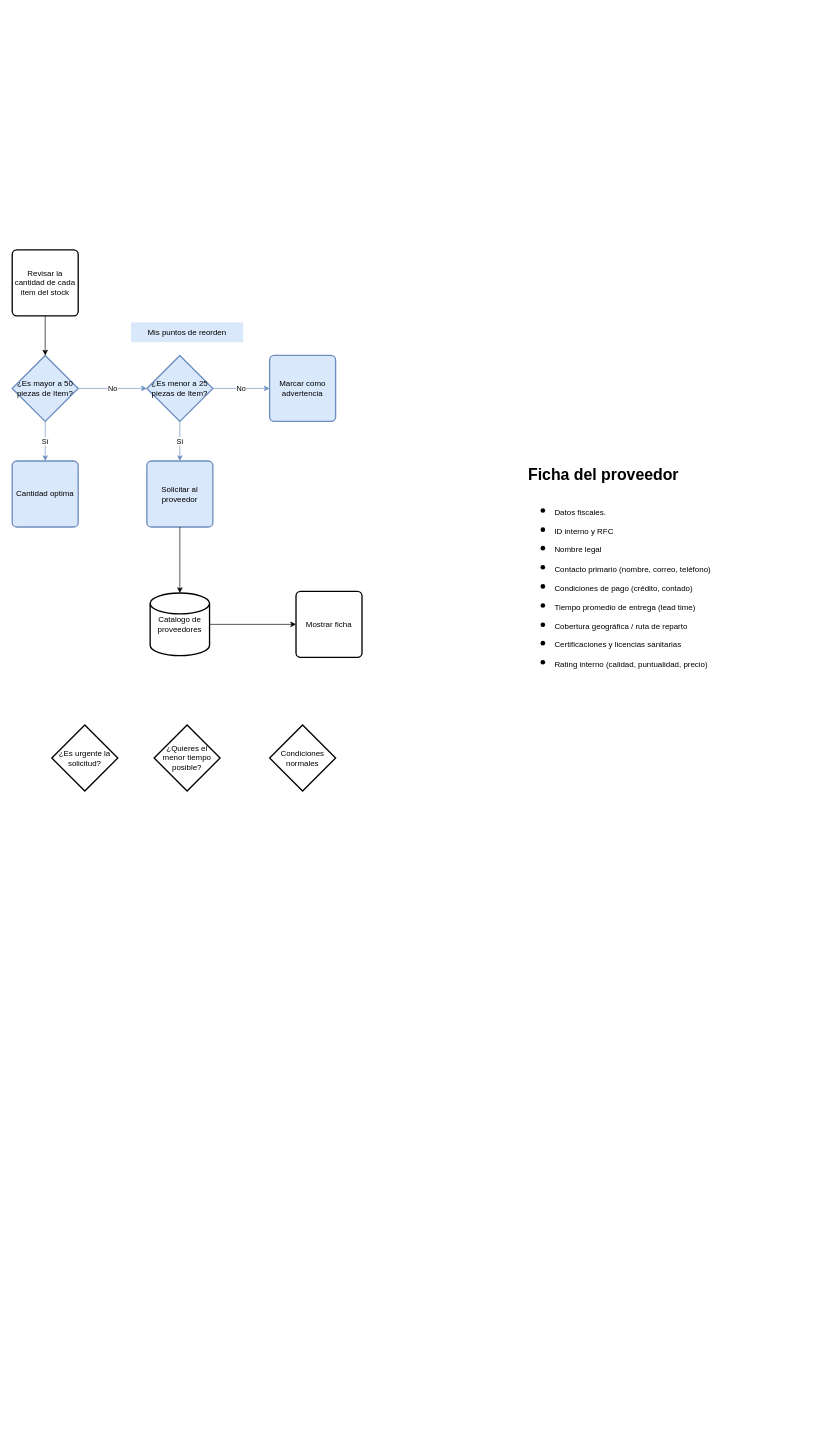
said-tj/Diagramas_de_flujo keeps this draw.io diagram as Módulo_Proceso_7.drawio. Above is the earlier version. Source tidied: cells renumbered, new cells numbered last; positions are measured from the earlier drawing's top-left corner, leaving out a move shared by most shapes. Both pictures are drawn from the tidied source at 66%, with x=0, y=0 at pixel (12, 249).
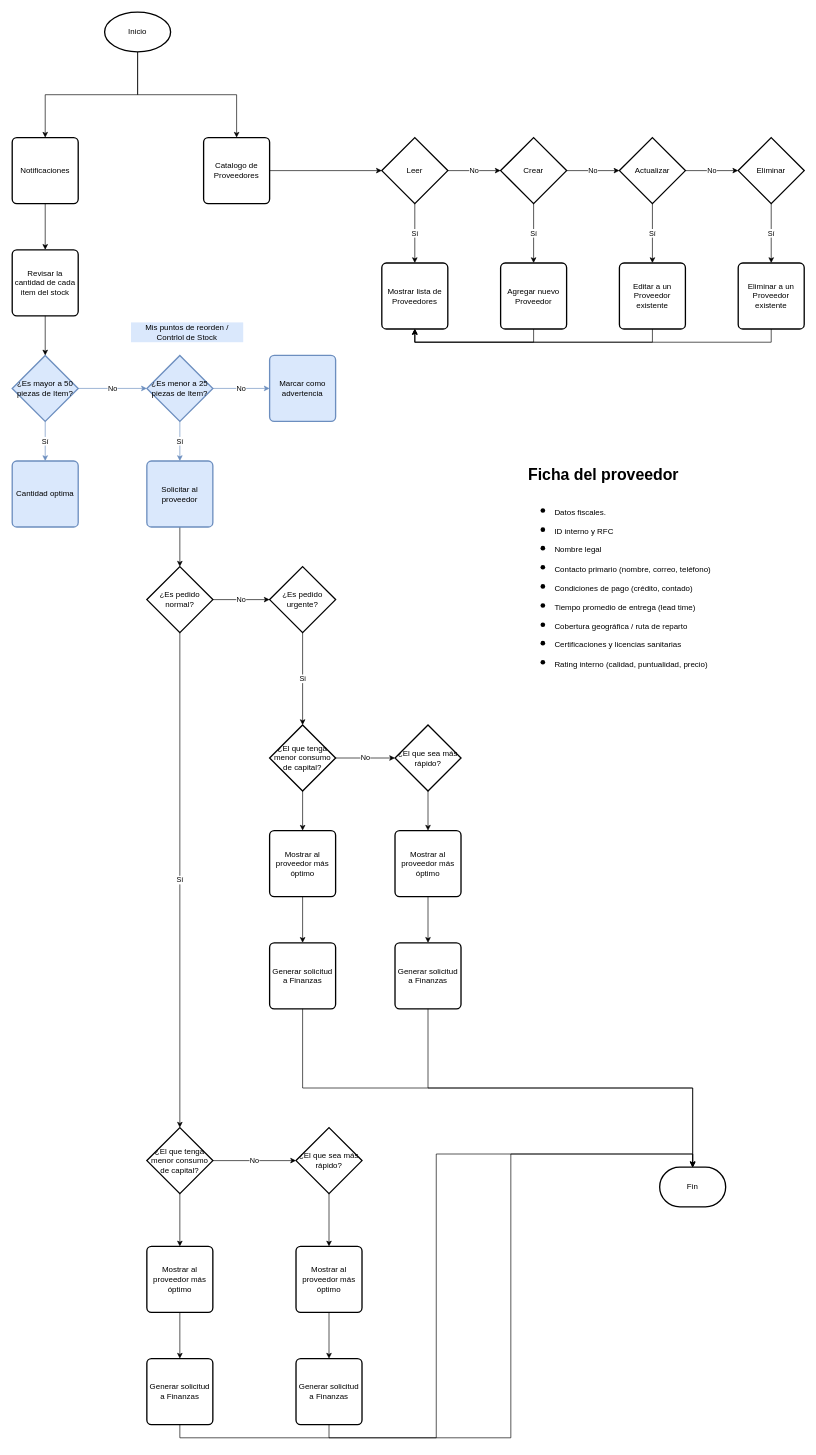
After the change.

Commit message:
Bifurcación de procesos del módulo 7

The change refers to these unchanged cells:
```xml
<mxCell id="2" value="Revisar la cantidad de cada item del stock" style="rounded=1;whiteSpace=wrap;html=1;absoluteArcSize=1;arcSize=14;strokeWidth=2;" parent="1" vertex="1">
  <mxGeometry width="100" height="100" as="geometry" />
</mxCell>
<mxCell id="10" value="Solicitar al proveedor" style="rounded=1;whiteSpace=wrap;html=1;absoluteArcSize=1;arcSize=14;strokeWidth=2;fillColor=#dae8fc;strokeColor=#6c8ebf;" parent="1" vertex="1">
  <mxGeometry x="204" y="320" width="100" height="100" as="geometry" />
</mxCell>
```

The edit, as a diff of the source:
```diff
@@
+    <mxCell id="22" style="edgeStyle=orthogonalEdgeStyle;rounded=0;jettySize=auto;html=1;exitX=0.5;exitY=1;exitDx=0;exitDy=0;" parent="1" edge="1" source="10" target="30">
+      <mxGeometry relative="1" as="geometry" />
+    </mxCell>
@@
-    <mxCell id="13" value="Mis puntos de reorden" style="text;html=1;align=center;verticalAlign=middle;whiteSpace=wrap;rounded=0;fillColor=#dae8fc;strokeColor=none;gradientColor=none;" parent="1" vertex="1">
+    <mxCell id="13" value="Mis puntos de reorden / Contrlol de Stock" style="text;html=1;align=center;verticalAlign=middle;whiteSpace=wrap;rounded=0;fillColor=#dae8fc;strokeColor=none;gradientColor=none;" parent="1" vertex="1">
       <mxGeometry x="180" y="110" width="170" height="30" as="geometry" />
     </mxCell>
-    <mxCell id="14" style="edgeStyle=orthogonalEdgeStyle;rounded=0;jettySize=auto;html=1;exitX=1;exitY=0.5;exitDx=0;exitDy=0;exitPerimeter=0;entryX=0;entryY=0.5;entryDx=0;entryDy=0;" parent="1" edge="1" source="15" target="18">
-      <mxGeometry relative="1" as="geometry" />
-    </mxCell>
-    <mxCell id="15" value="Catalogo de proveedores" style="strokeWidth=2;html=1;shape=mxgraph.flowchart.database;whiteSpace=wrap;" parent="1" vertex="1">
-      <mxGeometry x="209" y="520" width="90" height="95" as="geometry" />
-    </mxCell>
-    <mxCell id="16" style="edgeStyle=orthogonalEdgeStyle;rounded=0;jettySize=auto;html=1;exitX=0.5;exitY=1;exitDx=0;exitDy=0;entryX=0.5;entryY=0;entryDx=0;entryDy=0;entryPerimeter=0;" parent="1" edge="1" source="10" target="15">
-      <mxGeometry relative="1" as="geometry" />
-    </mxCell>
@@
-    <mxCell id="18" value="Mostrar ficha" style="rounded=1;whiteSpace=wrap;html=1;absoluteArcSize=1;arcSize=14;strokeWidth=2;" parent="1" vertex="1">
-      <mxGeometry x="430" y="517.5" width="100" height="100" as="geometry" />
-    </mxCell>
-    <mxCell id="19" value="¿Es urgente la solicitud?" style="strokeWidth=2;html=1;shape=mxgraph.flowchart.decision;whiteSpace=wrap;" parent="1" vertex="1">
-      <mxGeometry x="60" y="720" width="100" height="100" as="geometry" />
-    </mxCell>
-    <mxCell id="20" value="¿Quieres el menor tiempo posible?" style="strokeWidth=2;html=1;shape=mxgraph.flowchart.decision;whiteSpace=wrap;" parent="1" vertex="1">
-      <mxGeometry x="215" y="720" width="100" height="100" as="geometry" />
-    </mxCell>
-    <mxCell id="21" value="Condiciones normales" style="strokeWidth=2;html=1;shape=mxgraph.flowchart.decision;whiteSpace=wrap;" parent="1" vertex="1">
-      <mxGeometry x="390" y="720" width="100" height="100" as="geometry" />
-    </mxCell>
+    <mxCell id="23" style="edgeStyle=orthogonalEdgeStyle;rounded=0;jettySize=auto;html=1;exitX=0.5;exitY=1;exitDx=0;exitDy=0;exitPerimeter=0;entryX=0.5;entryY=0;entryDx=0;entryDy=0;" parent="1" edge="1" source="25" target="55">
+      <mxGeometry relative="1" as="geometry" />
+    </mxCell>
+    <mxCell id="24" style="edgeStyle=orthogonalEdgeStyle;rounded=0;jettySize=auto;html=1;exitX=0.5;exitY=1;exitDx=0;exitDy=0;exitPerimeter=0;entryX=0.5;entryY=0;entryDx=0;entryDy=0;" parent="1" edge="1" source="25" target="27">
+      <mxGeometry relative="1" as="geometry" />
+    </mxCell>
+    <mxCell id="25" value="Inicio" style="strokeWidth=2;html=1;shape=mxgraph.flowchart.start_1;whiteSpace=wrap;" parent="1" vertex="1">
+      <mxGeometry x="140" y="-360" width="100" height="60" as="geometry" />
+    </mxCell>
+    <mxCell id="26" style="edgeStyle=orthogonalEdgeStyle;rounded=0;jettySize=auto;html=1;exitX=0.5;exitY=1;exitDx=0;exitDy=0;" parent="1" edge="1" source="27" target="2">
+      <mxGeometry relative="1" as="geometry" />
+    </mxCell>
+    <mxCell id="27" value="Notificaciones" style="rounded=1;whiteSpace=wrap;html=1;absoluteArcSize=1;arcSize=14;strokeWidth=2;" parent="1" vertex="1">
+      <mxGeometry y="-170" width="100" height="100" as="geometry" />
+    </mxCell>
+    <mxCell id="28" value="No" style="edgeStyle=orthogonalEdgeStyle;rounded=0;jettySize=auto;html=1;exitX=1;exitY=0.5;exitDx=0;exitDy=0;exitPerimeter=0;" parent="1" edge="1" source="30" target="32">
+      <mxGeometry relative="1" as="geometry" />
+    </mxCell>
+    <mxCell id="29" value="Sí" style="edgeStyle=orthogonalEdgeStyle;rounded=0;jettySize=auto;html=1;exitX=0.5;exitY=1;exitDx=0;exitDy=0;exitPerimeter=0;" parent="1" edge="1" source="30" target="34">
+      <mxGeometry relative="1" as="geometry" />
+    </mxCell>
+    <mxCell id="30" value="¿Es pedido normal?" style="strokeWidth=2;html=1;shape=mxgraph.flowchart.decision;whiteSpace=wrap;" parent="1" vertex="1">
+      <mxGeometry x="204" y="480" width="100" height="100" as="geometry" />
+    </mxCell>
+    <mxCell id="31" value="Si" style="edgeStyle=orthogonalEdgeStyle;rounded=0;jettySize=auto;html=1;exitX=0.5;exitY=1;exitDx=0;exitDy=0;exitPerimeter=0;" parent="1" edge="1" source="32" target="39">
+      <mxGeometry relative="1" as="geometry" />
+    </mxCell>
+    <mxCell id="32" value="¿Es pedido urgente?" style="strokeWidth=2;html=1;shape=mxgraph.flowchart.decision;whiteSpace=wrap;" parent="1" vertex="1">
+      <mxGeometry x="390" y="480" width="100" height="100" as="geometry" />
+    </mxCell>
+    <mxCell id="33" style="edgeStyle=orthogonalEdgeStyle;rounded=0;jettySize=auto;html=1;exitX=0.5;exitY=1;exitDx=0;exitDy=0;exitPerimeter=0;" parent="1" edge="1" source="34" target="48">
+      <mxGeometry relative="1" as="geometry" />
+    </mxCell>
+    <mxCell id="34" value="¿El que tenga menor consumo de capital?" style="strokeWidth=2;html=1;shape=mxgraph.flowchart.decision;whiteSpace=wrap;" parent="1" vertex="1">
+      <mxGeometry x="204" y="1330" width="100" height="100" as="geometry" />
+    </mxCell>
+    <mxCell id="35" style="edgeStyle=orthogonalEdgeStyle;rounded=0;jettySize=auto;html=1;exitX=0.5;exitY=1;exitDx=0;exitDy=0;exitPerimeter=0;" parent="1" edge="1" source="36" target="50">
+      <mxGeometry relative="1" as="geometry" />
+    </mxCell>
+    <mxCell id="36" value="¿El que sea más rápido?" style="strokeWidth=2;html=1;shape=mxgraph.flowchart.decision;whiteSpace=wrap;" parent="1" vertex="1">
+      <mxGeometry x="430" y="1330" width="100" height="100" as="geometry" />
+    </mxCell>
+    <mxCell id="37" value="No" style="edgeStyle=orthogonalEdgeStyle;rounded=0;jettySize=auto;html=1;exitX=1;exitY=0.5;exitDx=0;exitDy=0;exitPerimeter=0;entryX=0;entryY=0.5;entryDx=0;entryDy=0;entryPerimeter=0;" parent="1" edge="1" source="34" target="36">
+      <mxGeometry relative="1" as="geometry" />
+    </mxCell>
+    <mxCell id="38" style="edgeStyle=orthogonalEdgeStyle;rounded=0;jettySize=auto;html=1;exitX=0.5;exitY=1;exitDx=0;exitDy=0;exitPerimeter=0;" parent="1" edge="1" source="39" target="44">
+      <mxGeometry relative="1" as="geometry" />
+    </mxCell>
+    <mxCell id="39" value="¿El que tenga menor consumo de capital?" style="strokeWidth=2;html=1;shape=mxgraph.flowchart.decision;whiteSpace=wrap;" parent="1" vertex="1">
+      <mxGeometry x="390" y="720" width="100" height="100" as="geometry" />
+    </mxCell>
+    <mxCell id="40" style="edgeStyle=orthogonalEdgeStyle;rounded=0;jettySize=auto;html=1;exitX=0.5;exitY=1;exitDx=0;exitDy=0;exitPerimeter=0;entryX=0.5;entryY=0;entryDx=0;entryDy=0;" parent="1" edge="1" source="41" target="46">
+      <mxGeometry relative="1" as="geometry" />
+    </mxCell>
+    <mxCell id="41" value="¿El que sea más rápido?" style="strokeWidth=2;html=1;shape=mxgraph.flowchart.decision;whiteSpace=wrap;" parent="1" vertex="1">
+      <mxGeometry x="580" y="720" width="100" height="100" as="geometry" />
+    </mxCell>
+    <mxCell id="42" value="No" style="edgeStyle=orthogonalEdgeStyle;rounded=0;jettySize=auto;html=1;exitX=1;exitY=0.5;exitDx=0;exitDy=0;exitPerimeter=0;entryX=0;entryY=0.5;entryDx=0;entryDy=0;entryPerimeter=0;" parent="1" edge="1" source="39" target="41">
+      <mxGeometry relative="1" as="geometry" />
+    </mxCell>
+    <mxCell id="43" style="edgeStyle=orthogonalEdgeStyle;rounded=0;jettySize=auto;html=1;exitX=0.5;exitY=1;exitDx=0;exitDy=0;" parent="1" edge="1" source="44" target="51">
+      <mxGeometry relative="1" as="geometry" />
+    </mxCell>
+    <mxCell id="44" value="Mostrar al proveedor más óptimo" style="rounded=1;whiteSpace=wrap;html=1;absoluteArcSize=1;arcSize=14;strokeWidth=2;" parent="1" vertex="1">
+      <mxGeometry x="390" y="880" width="100" height="100" as="geometry" />
+    </mxCell>
+    <mxCell id="45" style="edgeStyle=orthogonalEdgeStyle;rounded=0;jettySize=auto;html=1;exitX=0.5;exitY=1;exitDx=0;exitDy=0;" parent="1" edge="1" source="46" target="52">
+      <mxGeometry relative="1" as="geometry" />
+    </mxCell>
+    <mxCell id="46" value="Mostrar al proveedor más óptimo" style="rounded=1;whiteSpace=wrap;html=1;absoluteArcSize=1;arcSize=14;strokeWidth=2;" parent="1" vertex="1">
+      <mxGeometry x="580" y="880" width="100" height="100" as="geometry" />
+    </mxCell>
+    <mxCell id="47" style="edgeStyle=orthogonalEdgeStyle;rounded=0;jettySize=auto;html=1;exitX=0.5;exitY=1;exitDx=0;exitDy=0;entryX=0.5;entryY=0;entryDx=0;entryDy=0;" parent="1" edge="1" source="48" target="53">
+      <mxGeometry relative="1" as="geometry" />
+    </mxCell>
+    <mxCell id="48" value="Mostrar al proveedor más óptimo" style="rounded=1;whiteSpace=wrap;html=1;absoluteArcSize=1;arcSize=14;strokeWidth=2;" parent="1" vertex="1">
+      <mxGeometry x="204" y="1510" width="100" height="100" as="geometry" />
+    </mxCell>
+    <mxCell id="49" style="edgeStyle=orthogonalEdgeStyle;rounded=0;jettySize=auto;html=1;exitX=0.5;exitY=1;exitDx=0;exitDy=0;" parent="1" edge="1" source="50" target="54">
+      <mxGeometry relative="1" as="geometry" />
+    </mxCell>
+    <mxCell id="50" value="Mostrar al proveedor más óptimo" style="rounded=1;whiteSpace=wrap;html=1;absoluteArcSize=1;arcSize=14;strokeWidth=2;" parent="1" vertex="1">
+      <mxGeometry x="430" y="1510" width="100" height="100" as="geometry" />
+    </mxCell>
+    <mxCell id="51" value="Generar solicitud a Finanzas" style="rounded=1;whiteSpace=wrap;html=1;absoluteArcSize=1;arcSize=14;strokeWidth=2;" parent="1" vertex="1">
+      <mxGeometry x="390" y="1050" width="100" height="100" as="geometry" />
+    </mxCell>
+    <mxCell id="52" value="Generar solicitud a Finanzas" style="rounded=1;whiteSpace=wrap;html=1;absoluteArcSize=1;arcSize=14;strokeWidth=2;" parent="1" vertex="1">
+      <mxGeometry x="580" y="1050" width="100" height="100" as="geometry" />
+    </mxCell>
+    <mxCell id="53" value="Generar solicitud a Finanzas" style="rounded=1;whiteSpace=wrap;html=1;absoluteArcSize=1;arcSize=14;strokeWidth=2;" parent="1" vertex="1">
+      <mxGeometry x="204" y="1680" width="100" height="100" as="geometry" />
+    </mxCell>
+    <mxCell id="54" value="Generar solicitud a Finanzas" style="rounded=1;whiteSpace=wrap;html=1;absoluteArcSize=1;arcSize=14;strokeWidth=2;" parent="1" vertex="1">
+      <mxGeometry x="430" y="1680" width="100" height="100" as="geometry" />
+    </mxCell>
+    <mxCell id="55" value="Catalogo de Proveedores" style="rounded=1;whiteSpace=wrap;html=1;absoluteArcSize=1;arcSize=14;strokeWidth=2;" parent="1" vertex="1">
+      <mxGeometry x="290" y="-170" width="100" height="100" as="geometry" />
+    </mxCell>
+    <mxCell id="56" value="Mostrar lista de Proveedores" style="rounded=1;whiteSpace=wrap;html=1;absoluteArcSize=1;arcSize=14;strokeWidth=2;" parent="1" vertex="1">
+      <mxGeometry x="560" y="20" width="100" height="100" as="geometry" />
+    </mxCell>
+    <mxCell id="57" style="edgeStyle=orthogonalEdgeStyle;rounded=0;jettySize=auto;html=1;exitX=0.5;exitY=1;exitDx=0;exitDy=0;entryX=0.5;entryY=1;entryDx=0;entryDy=0;" parent="1" edge="1" source="58" target="56">
+      <mxGeometry relative="1" as="geometry" />
+    </mxCell>
+    <mxCell id="58" value="Agregar nuevo Proveedor" style="rounded=1;whiteSpace=wrap;html=1;absoluteArcSize=1;arcSize=14;strokeWidth=2;" parent="1" vertex="1">
+      <mxGeometry x="740" y="20" width="100" height="100" as="geometry" />
+    </mxCell>
+    <mxCell id="59" style="edgeStyle=orthogonalEdgeStyle;rounded=0;jettySize=auto;html=1;exitX=0.5;exitY=1;exitDx=0;exitDy=0;entryX=0.5;entryY=1;entryDx=0;entryDy=0;" parent="1" edge="1" source="60" target="56">
+      <mxGeometry relative="1" as="geometry" />
+    </mxCell>
+    <mxCell id="60" value="Editar a un Proveedor existente" style="rounded=1;whiteSpace=wrap;html=1;absoluteArcSize=1;arcSize=14;strokeWidth=2;" parent="1" vertex="1">
+      <mxGeometry x="920" y="20" width="100" height="100" as="geometry" />
+    </mxCell>
+    <mxCell id="61" style="edgeStyle=orthogonalEdgeStyle;rounded=0;jettySize=auto;html=1;exitX=0.5;exitY=1;exitDx=0;exitDy=0;entryX=0.5;entryY=1;entryDx=0;entryDy=0;" parent="1" edge="1" source="62" target="56">
+      <mxGeometry relative="1" as="geometry" />
+    </mxCell>
+    <mxCell id="62" value="Eliminar a un Proveedor existente" style="rounded=1;whiteSpace=wrap;html=1;absoluteArcSize=1;arcSize=14;strokeWidth=2;" parent="1" vertex="1">
+      <mxGeometry x="1100" y="20" width="100" height="100" as="geometry" />
+    </mxCell>
+    <mxCell id="63" value="Sí" style="edgeStyle=orthogonalEdgeStyle;rounded=0;jettySize=auto;html=1;exitX=0.5;exitY=1;exitDx=0;exitDy=0;exitPerimeter=0;entryX=0.5;entryY=0;entryDx=0;entryDy=0;" parent="1" edge="1" source="64" target="56">
+      <mxGeometry relative="1" as="geometry" />
+    </mxCell>
+    <mxCell id="64" value="Leer" style="strokeWidth=2;html=1;shape=mxgraph.flowchart.decision;whiteSpace=wrap;" parent="1" vertex="1">
+      <mxGeometry x="560" y="-170" width="100" height="100" as="geometry" />
+    </mxCell>
+    <mxCell id="65" style="edgeStyle=orthogonalEdgeStyle;rounded=0;jettySize=auto;html=1;exitX=1;exitY=0.5;exitDx=0;exitDy=0;entryX=0;entryY=0.5;entryDx=0;entryDy=0;entryPerimeter=0;" parent="1" edge="1" source="55" target="64">
+      <mxGeometry relative="1" as="geometry" />
+    </mxCell>
+    <mxCell id="66" value="Sí" style="edgeStyle=orthogonalEdgeStyle;rounded=0;jettySize=auto;html=1;exitX=0.5;exitY=1;exitDx=0;exitDy=0;exitPerimeter=0;entryX=0.5;entryY=0;entryDx=0;entryDy=0;" parent="1" edge="1" source="68" target="58">
+      <mxGeometry relative="1" as="geometry" />
+    </mxCell>
+    <mxCell id="67" value="No" style="edgeStyle=orthogonalEdgeStyle;rounded=0;jettySize=auto;html=1;exitX=1;exitY=0.5;exitDx=0;exitDy=0;exitPerimeter=0;" parent="1" edge="1" source="68" target="71">
+      <mxGeometry relative="1" as="geometry" />
+    </mxCell>
+    <mxCell id="68" value="Crear" style="strokeWidth=2;html=1;shape=mxgraph.flowchart.decision;whiteSpace=wrap;" parent="1" vertex="1">
+      <mxGeometry x="740" y="-170" width="100" height="100" as="geometry" />
+    </mxCell>
+    <mxCell id="69" value="No" style="edgeStyle=orthogonalEdgeStyle;rounded=0;jettySize=auto;html=1;exitX=1;exitY=0.5;exitDx=0;exitDy=0;exitPerimeter=0;entryX=0;entryY=0.5;entryDx=0;entryDy=0;entryPerimeter=0;" parent="1" edge="1" source="64" target="68">
+      <mxGeometry relative="1" as="geometry" />
+    </mxCell>
+    <mxCell id="70" value="Sí" style="edgeStyle=orthogonalEdgeStyle;rounded=0;jettySize=auto;html=1;exitX=0.5;exitY=1;exitDx=0;exitDy=0;exitPerimeter=0;entryX=0.5;entryY=0;entryDx=0;entryDy=0;" parent="1" edge="1" source="71" target="60">
+      <mxGeometry relative="1" as="geometry" />
+    </mxCell>
+    <mxCell id="71" value="Actualizar" style="strokeWidth=2;html=1;shape=mxgraph.flowchart.decision;whiteSpace=wrap;" parent="1" vertex="1">
+      <mxGeometry x="920" y="-170" width="100" height="100" as="geometry" />
+    </mxCell>
+    <mxCell id="72" value="Sí" style="edgeStyle=orthogonalEdgeStyle;rounded=0;jettySize=auto;html=1;exitX=0.5;exitY=1;exitDx=0;exitDy=0;exitPerimeter=0;entryX=0.5;entryY=0;entryDx=0;entryDy=0;" parent="1" edge="1" source="73" target="62">
+      <mxGeometry relative="1" as="geometry" />
+    </mxCell>
+    <mxCell id="73" value="Eliminar" style="strokeWidth=2;html=1;shape=mxgraph.flowchart.decision;whiteSpace=wrap;" parent="1" vertex="1">
+      <mxGeometry x="1100" y="-170" width="100" height="100" as="geometry" />
+    </mxCell>
+    <mxCell id="74" value="No" style="edgeStyle=orthogonalEdgeStyle;rounded=0;jettySize=auto;html=1;exitX=1;exitY=0.5;exitDx=0;exitDy=0;exitPerimeter=0;entryX=0;entryY=0.5;entryDx=0;entryDy=0;entryPerimeter=0;" parent="1" edge="1" source="71" target="73">
+      <mxGeometry relative="1" as="geometry" />
+    </mxCell>
+    <mxCell id="75" value="Fin" style="strokeWidth=2;html=1;shape=mxgraph.flowchart.terminator;whiteSpace=wrap;" parent="1" vertex="1">
+      <mxGeometry x="981" y="1390" width="100" height="60" as="geometry" />
+    </mxCell>
+    <mxCell id="76" style="edgeStyle=orthogonalEdgeStyle;rounded=0;jettySize=auto;html=1;exitX=0.5;exitY=1;exitDx=0;exitDy=0;entryX=0.5;entryY=0;entryDx=0;entryDy=0;entryPerimeter=0;" parent="1" edge="1" source="53" target="75">
+      <mxGeometry relative="1" as="geometry" />
+    </mxCell>
+    <mxCell id="77" style="edgeStyle=orthogonalEdgeStyle;rounded=0;jettySize=auto;html=1;exitX=0.5;exitY=1;exitDx=0;exitDy=0;entryX=0.5;entryY=0;entryDx=0;entryDy=0;entryPerimeter=0;" parent="1" edge="1" source="54" target="75">
+      <mxGeometry relative="1" as="geometry" />
+    </mxCell>
+    <mxCell id="78" style="edgeStyle=orthogonalEdgeStyle;rounded=0;jettySize=auto;html=1;exitX=0.5;exitY=1;exitDx=0;exitDy=0;entryX=0.5;entryY=0;entryDx=0;entryDy=0;entryPerimeter=0;" parent="1" edge="1" source="51" target="75">
+      <mxGeometry relative="1" as="geometry" />
+    </mxCell>
+    <mxCell id="79" style="edgeStyle=orthogonalEdgeStyle;rounded=0;jettySize=auto;html=1;exitX=0.5;exitY=1;exitDx=0;exitDy=0;entryX=0.5;entryY=0;entryDx=0;entryDy=0;entryPerimeter=0;" parent="1" edge="1" source="52" target="75">
+      <mxGeometry relative="1" as="geometry" />
+    </mxCell>
```
